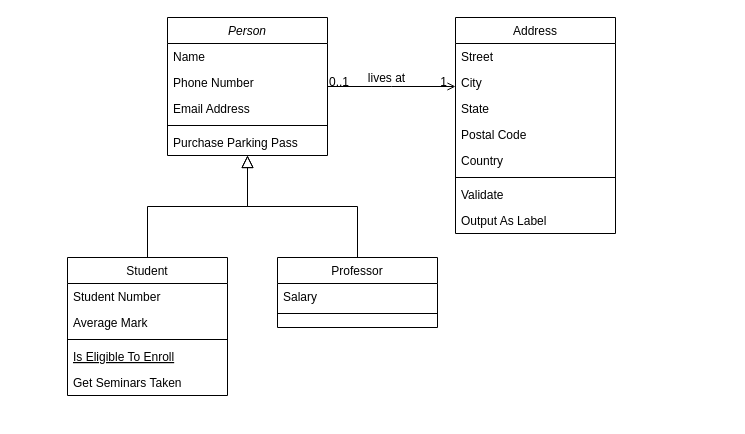
The draw.io diagram lampcontrol.drawio in naughtyraven/shiyan, before the edit. Source tidied: cells renumbered, new cells numbered last; positions are measured from the earlier drawing's top-left corner, leaving out a move shared by most shapes. Both pictures are drawn from the tidied source at 100%, with x=0, y=0 at pixel (67, 17).
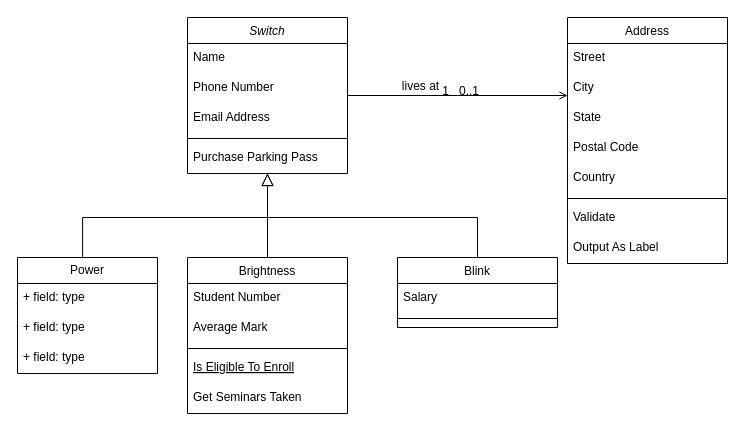
The same diagram, later.

Unchanged cells that the change refers to:
```xml
<mxCell id="28" style="endArrow=open;shadow=0;strokeWidth=1;rounded=0;endFill=1;edgeStyle=elbowEdgeStyle;elbow=vertical;" parent="1" edge="1" source="2" target="19">
  <mxGeometry x="0.5" y="41" relative="1" as="geometry">
    <mxPoint x="-40" y="32" as="offset" />
  </mxGeometry>
</mxCell>
```

Diff of the diagram source:
```diff
@@
-    <mxCell id="2" value="Person" style="swimlane;fontStyle=2;align=center;verticalAlign=top;horizontal=1;startSize=26;rounded=0;shadow=0;strokeWidth=1;" parent="1" vertex="1">
-      <mxGeometry x="100" width="160" height="138" as="geometry" />
+    <mxCell id="2" value="Switch" style="swimlane;fontStyle=2;align=center;verticalAlign=top;horizontal=1;startSize=26;rounded=0;shadow=0;strokeWidth=1;" parent="1" vertex="1">
+      <mxGeometry x="120" width="160" height="156" as="geometry" />
     </mxCell>
     <mxCell id="3" value="Name" style="text;align=left;verticalAlign=top;spacingLeft=4;spacingRight=4;overflow=hidden;" parent="2" vertex="1">
-      <mxGeometry y="26" width="160" height="26" as="geometry" />
+      <mxGeometry y="26" width="160" height="30" as="geometry" />
     </mxCell>
     <mxCell id="4" value="Phone Number" style="text;align=left;verticalAlign=top;spacingLeft=4;spacingRight=4;overflow=hidden;rounded=0;shadow=0;html=0;" parent="2" vertex="1">
-      <mxGeometry y="52" width="160" height="26" as="geometry" />
+      <mxGeometry y="56" width="160" height="30" as="geometry" />
     </mxCell>
     <mxCell id="5" value="Email Address" style="text;align=left;verticalAlign=top;spacingLeft=4;spacingRight=4;overflow=hidden;rounded=0;shadow=0;html=0;" parent="2" vertex="1">
-      <mxGeometry y="78" width="160" height="26" as="geometry" />
+      <mxGeometry y="86" width="160" height="30" as="geometry" />
     </mxCell>
     <mxCell id="6" style="line;html=1;strokeWidth=1;align=left;verticalAlign=middle;spacingTop=-1;spacingLeft=3;spacingRight=3;labelPosition=right;" parent="2" vertex="1">
-      <mxGeometry y="104" width="160" height="8" as="geometry" />
+      <mxGeometry y="116" width="160" height="10" as="geometry" />
     </mxCell>
     <mxCell id="7" value="Purchase Parking Pass" style="text;align=left;verticalAlign=top;spacingLeft=4;spacingRight=4;overflow=hidden;" parent="2" vertex="1">
-      <mxGeometry y="112" width="160" height="26" as="geometry" />
+      <mxGeometry y="126" width="160" height="30" as="geometry" />
     </mxCell>
-    <mxCell id="8" value="Student" style="swimlane;fontStyle=0;align=center;verticalAlign=top;horizontal=1;startSize=26;rounded=0;shadow=0;strokeWidth=1;" parent="1" vertex="1">
-      <mxGeometry y="240" width="160" height="138" as="geometry" />
+    <mxCell id="8" value="Brightness" style="swimlane;fontStyle=0;align=center;verticalAlign=top;horizontal=1;startSize=26;rounded=0;shadow=0;strokeWidth=1;" parent="1" vertex="1">
+      <mxGeometry x="120" y="240" width="160" height="156" as="geometry" />
     </mxCell>
     <mxCell id="9" value="Student Number" style="text;align=left;verticalAlign=top;spacingLeft=4;spacingRight=4;overflow=hidden;" parent="8" vertex="1">
-      <mxGeometry y="26" width="160" height="26" as="geometry" />
+      <mxGeometry y="26" width="160" height="30" as="geometry" />
     </mxCell>
     <mxCell id="10" value="Average Mark" style="text;align=left;verticalAlign=top;spacingLeft=4;spacingRight=4;overflow=hidden;rounded=0;shadow=0;html=0;" parent="8" vertex="1">
-      <mxGeometry y="52" width="160" height="26" as="geometry" />
+      <mxGeometry y="56" width="160" height="30" as="geometry" />
     </mxCell>
     <mxCell id="11" style="line;html=1;strokeWidth=1;align=left;verticalAlign=middle;spacingTop=-1;spacingLeft=3;spacingRight=3;labelPosition=right;" parent="8" vertex="1">
-      <mxGeometry y="78" width="160" height="8" as="geometry" />
+      <mxGeometry y="86" width="160" height="10" as="geometry" />
     </mxCell>
     <mxCell id="12" value="Is Eligible To Enroll" style="text;align=left;verticalAlign=top;spacingLeft=4;spacingRight=4;overflow=hidden;fontStyle=4;" parent="8" vertex="1">
-      <mxGeometry y="86" width="160" height="26" as="geometry" />
+      <mxGeometry y="96" width="160" height="30" as="geometry" />
     </mxCell>
     <mxCell id="13" value="Get Seminars Taken" style="text;align=left;verticalAlign=top;spacingLeft=4;spacingRight=4;overflow=hidden;" parent="8" vertex="1">
-      <mxGeometry y="112" width="160" height="26" as="geometry" />
+      <mxGeometry y="126" width="160" height="30" as="geometry" />
     </mxCell>
-    <mxCell id="14" style="endArrow=block;endSize=10;endFill=0;shadow=0;strokeWidth=1;rounded=0;edgeStyle=elbowEdgeStyle;elbow=vertical;" parent="1" edge="1" source="8" target="2">
-      <mxGeometry relative="1" as="geometry" />
+    <mxCell id="14" style="endArrow=block;endSize=10;endFill=0;shadow=0;strokeWidth=1;rounded=0;edgeStyle=elbowEdgeStyle;elbow=vertical;exitX=0.465;exitY=-0.003;exitDx=0;exitDy=0;exitPerimeter=0;" parent="1" edge="1" source="32" target="2">
+      <mxGeometry relative="1" as="geometry">
+        <Array as="points">
+          <mxPoint x="200" y="200" />
+          <mxPoint x="200" y="190" />
+          <mxPoint x="160" y="200" />
+        </Array>
+      </mxGeometry>
     </mxCell>
-    <mxCell id="15" value="Professor" style="swimlane;fontStyle=0;align=center;verticalAlign=top;horizontal=1;startSize=26;rounded=0;shadow=0;strokeWidth=1;" parent="1" vertex="1">
-      <mxGeometry x="210" y="240" width="160" height="70" as="geometry" />
+    <mxCell id="15" value="Blink" style="swimlane;fontStyle=0;align=center;verticalAlign=top;horizontal=1;startSize=26;rounded=0;shadow=0;strokeWidth=1;" parent="1" vertex="1">
+      <mxGeometry x="330" y="240" width="160" height="70" as="geometry" />
     </mxCell>
     <mxCell id="16" value="Salary" style="text;align=left;verticalAlign=top;spacingLeft=4;spacingRight=4;overflow=hidden;" parent="15" vertex="1">
-      <mxGeometry y="26" width="160" height="26" as="geometry" />
+      <mxGeometry y="26" width="160" height="30" as="geometry" />
     </mxCell>
     <mxCell id="17" style="line;html=1;strokeWidth=1;align=left;verticalAlign=middle;spacingTop=-1;spacingLeft=3;spacingRight=3;labelPosition=right;" parent="15" vertex="1">
-      <mxGeometry y="52" width="160" height="8" as="geometry" />
+      <mxGeometry y="56" width="160" height="10" as="geometry" />
     </mxCell>
     <mxCell id="18" style="endArrow=block;endSize=10;endFill=0;shadow=0;strokeWidth=1;rounded=0;edgeStyle=elbowEdgeStyle;elbow=vertical;" parent="1" edge="1" source="15" target="2">
-      <mxGeometry relative="1" as="geometry" />
+      <mxGeometry relative="1" as="geometry">
+        <Array as="points">
+          <mxPoint x="310" y="200" />
+        </Array>
+      </mxGeometry>
     </mxCell>
     <mxCell id="19" value="Address" style="swimlane;fontStyle=0;align=center;verticalAlign=top;horizontal=1;startSize=26;rounded=0;shadow=0;strokeWidth=1;" parent="1" vertex="1">
-      <mxGeometry x="388" width="160" height="216" as="geometry" />
+      <mxGeometry x="500" width="160" height="246" as="geometry" />
     </mxCell>
     <mxCell id="20" value="Street" style="text;align=left;verticalAlign=top;spacingLeft=4;spacingRight=4;overflow=hidden;" parent="19" vertex="1">
-      <mxGeometry y="26" width="160" height="26" as="geometry" />
+      <mxGeometry y="26" width="160" height="30" as="geometry" />
     </mxCell>
     <mxCell id="21" value="City" style="text;align=left;verticalAlign=top;spacingLeft=4;spacingRight=4;overflow=hidden;rounded=0;shadow=0;html=0;" parent="19" vertex="1">
-      <mxGeometry y="52" width="160" height="26" as="geometry" />
+      <mxGeometry y="56" width="160" height="30" as="geometry" />
     </mxCell>
     <mxCell id="22" value="State" style="text;align=left;verticalAlign=top;spacingLeft=4;spacingRight=4;overflow=hidden;rounded=0;shadow=0;html=0;" parent="19" vertex="1">
-      <mxGeometry y="78" width="160" height="26" as="geometry" />
+      <mxGeometry y="86" width="160" height="30" as="geometry" />
     </mxCell>
     <mxCell id="23" value="Postal Code" style="text;align=left;verticalAlign=top;spacingLeft=4;spacingRight=4;overflow=hidden;rounded=0;shadow=0;html=0;" parent="19" vertex="1">
-      <mxGeometry y="104" width="160" height="26" as="geometry" />
+      <mxGeometry y="116" width="160" height="30" as="geometry" />
     </mxCell>
     <mxCell id="24" value="Country" style="text;align=left;verticalAlign=top;spacingLeft=4;spacingRight=4;overflow=hidden;rounded=0;shadow=0;html=0;" parent="19" vertex="1">
-      <mxGeometry y="130" width="160" height="26" as="geometry" />
+      <mxGeometry y="146" width="160" height="30" as="geometry" />
     </mxCell>
     <mxCell id="25" style="line;html=1;strokeWidth=1;align=left;verticalAlign=middle;spacingTop=-1;spacingLeft=3;spacingRight=3;labelPosition=right;" parent="19" vertex="1">
-      <mxGeometry y="156" width="160" height="8" as="geometry" />
+      <mxGeometry y="176" width="160" height="10" as="geometry" />
     </mxCell>
     <mxCell id="26" value="Validate" style="text;align=left;verticalAlign=top;spacingLeft=4;spacingRight=4;overflow=hidden;" parent="19" vertex="1">
-      <mxGeometry y="164" width="160" height="26" as="geometry" />
+      <mxGeometry y="186" width="160" height="30" as="geometry" />
     </mxCell>
     <mxCell id="27" value="Output As Label" style="text;align=left;verticalAlign=top;spacingLeft=4;spacingRight=4;overflow=hidden;" parent="19" vertex="1">
-      <mxGeometry y="190" width="160" height="26" as="geometry" />
+      <mxGeometry y="216" width="160" height="30" as="geometry" />
     </mxCell>
@@
     <mxCell id="29" value="0..1" style="align=left;verticalAlign=bottom;labelBackgroundColor=none;fontSize=12;" parent="28" vertex="1">
-      <mxGeometry x="-1" relative="1" as="geometry">
+      <mxGeometry relative="1" as="geometry">
         <mxPoint y="4" as="offset" />
       </mxGeometry>
     </mxCell>
     <mxCell id="30" value="1" style="align=right;verticalAlign=bottom;labelBackgroundColor=none;fontSize=12;" parent="28" vertex="1">
-      <mxGeometry x="1" relative="1" as="geometry">
+      <mxGeometry relative="1" as="geometry">
         <mxPoint x="-7" y="4" as="offset" />
       </mxGeometry>
     </mxCell>
     <mxCell id="31" value="lives at" style="text;html=1;align=center;verticalAlign=middle;labelBackgroundColor=none;rounded=0;shadow=0;strokeWidth=1;fontSize=12;" parent="28" vertex="1">
-      <mxGeometry x="0.5" y="49" relative="1" as="geometry">
+      <mxGeometry y="50" relative="1" as="geometry">
         <mxPoint x="-38" y="40" as="offset" />
       </mxGeometry>
     </mxCell>
+    <mxCell id="32" value="Power" style="swimlane;fontStyle=0;horizontal=1;startSize=26;fillColor=none;whiteSpace=wrap;html=1;" parent="1" vertex="1">
+      <mxGeometry x="-50" y="240" width="140" height="116" as="geometry" />
+    </mxCell>
+    <mxCell id="33" value="+ field: type" style="text;strokeColor=none;fillColor=none;align=left;verticalAlign=top;spacingLeft=4;spacingRight=4;overflow=hidden;whiteSpace=wrap;html=1;" parent="32" vertex="1">
+      <mxGeometry y="26" width="140" height="30" as="geometry" />
+    </mxCell>
+    <mxCell id="34" value="+ field: type" style="text;strokeColor=none;fillColor=none;align=left;verticalAlign=top;spacingLeft=4;spacingRight=4;overflow=hidden;whiteSpace=wrap;html=1;" parent="32" vertex="1">
+      <mxGeometry y="56" width="140" height="30" as="geometry" />
+    </mxCell>
+    <mxCell id="35" value="+ field: type" style="text;strokeColor=none;fillColor=none;align=left;verticalAlign=top;spacingLeft=4;spacingRight=4;overflow=hidden;whiteSpace=wrap;html=1;" parent="32" vertex="1">
+      <mxGeometry y="86" width="140" height="30" as="geometry" />
+    </mxCell>
+    <mxCell id="36" style="endArrow=none;html=1;rounded=0;entryX=0.5;entryY=0;entryDx=0;entryDy=0;" parent="1" edge="1" target="8">
+      <mxGeometry relative="1" as="geometry">
+        <mxPoint x="200" y="200" as="sourcePoint" />
+      </mxGeometry>
+    </mxCell>
```
